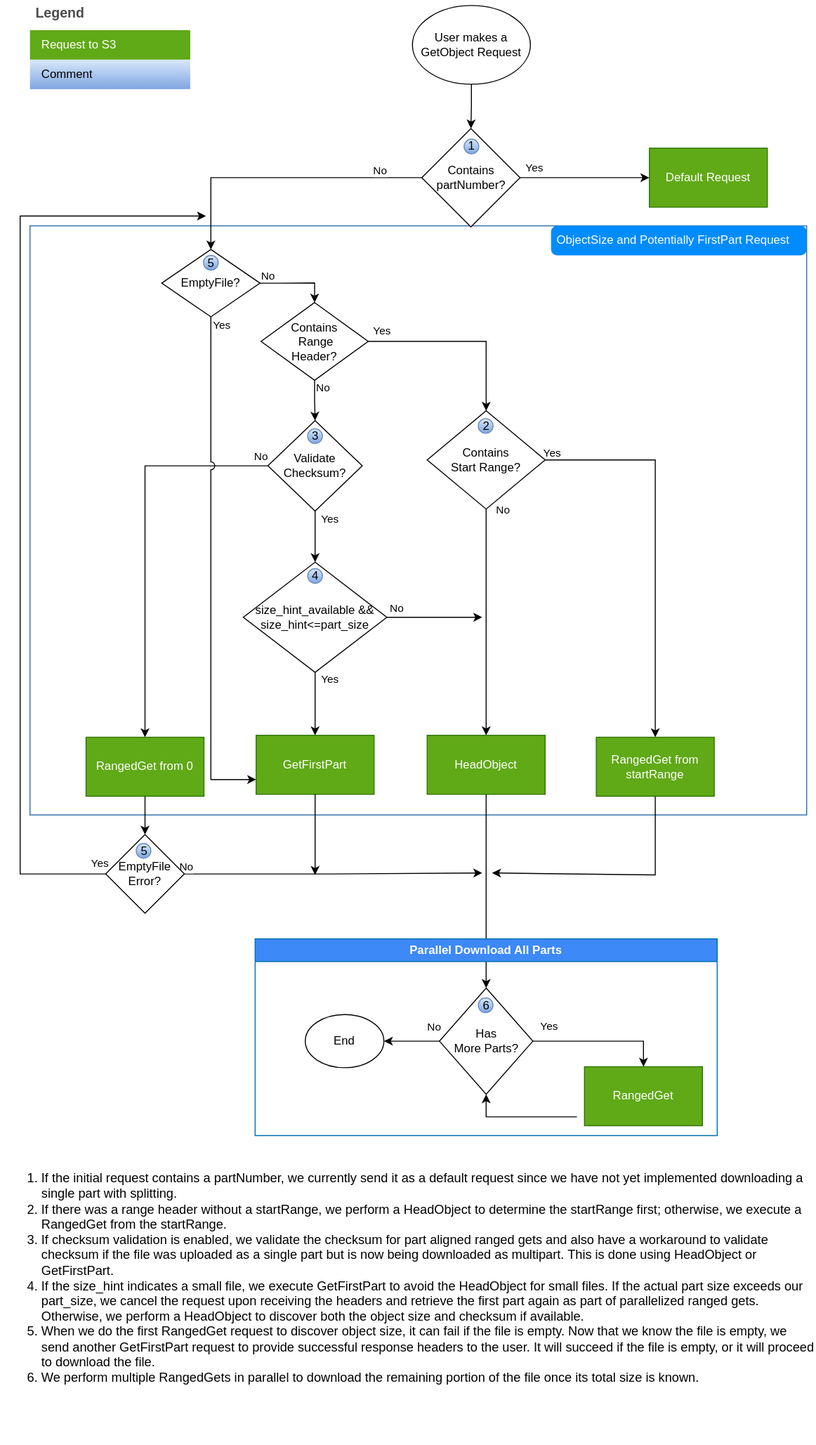
awslabs/aws-c-s3 keeps this draw.io diagram as docs/images/GetObjectFlow.svg. Above is the earlier version. Source tidied: cells renumbered, new cells last; positions are measured from the earlier drawing's top-left corner, leaving out a move shared by most shapes.
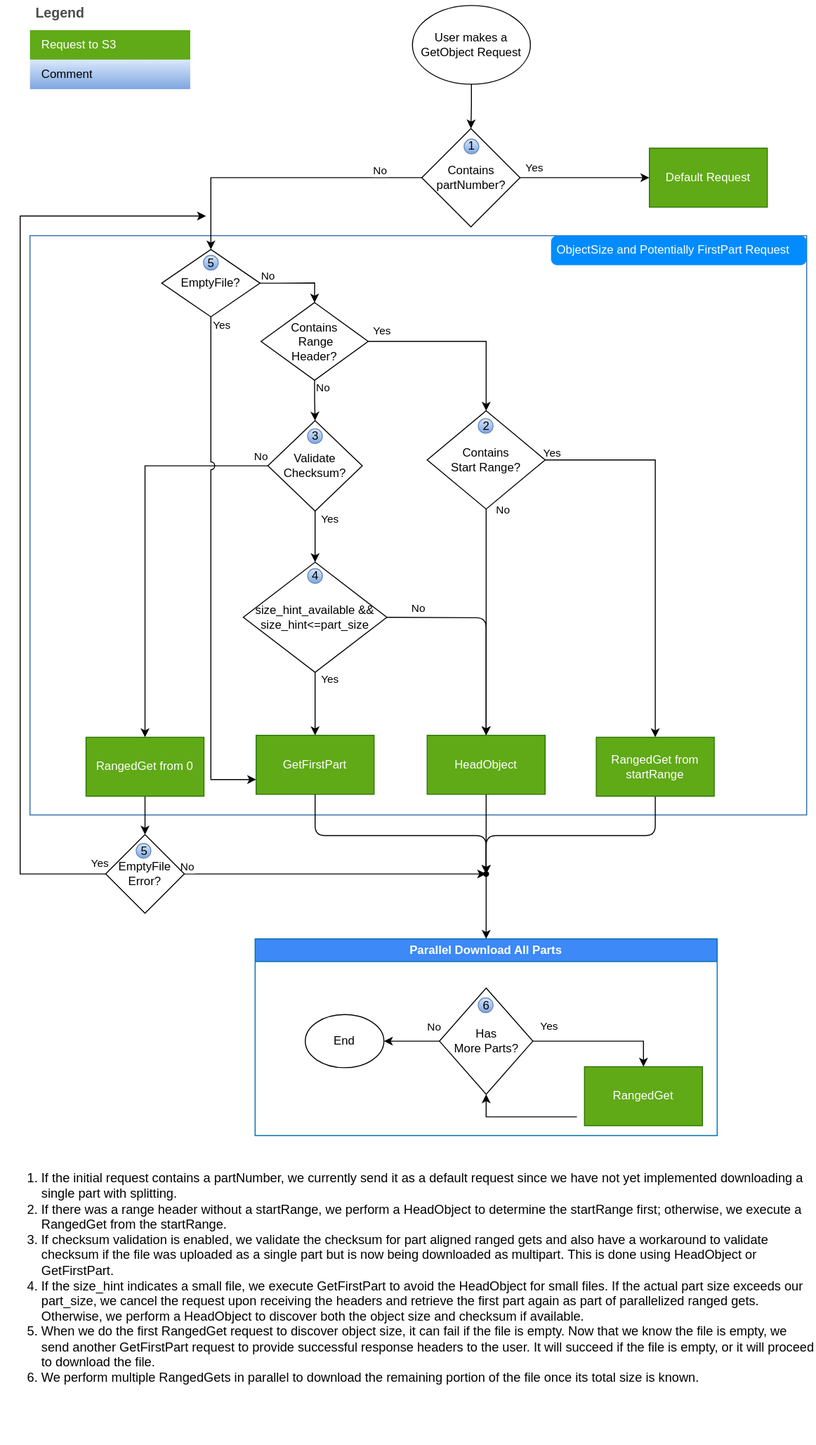
The same diagram one commit later.

What changed in the source:
```diff
@@ -3,7 +3,7 @@
     <mxCell id="0" />
     <mxCell id="1" parent="0" />
     <mxCell id="2" style="group;strokeColor=#2e6caa;" parent="1" vertex="1">
-      <mxGeometry x="30" y="229" width="790" height="599" as="geometry" />
+      <mxGeometry x="30" y="239" width="790" height="589" as="geometry" />
     </mxCell>
     <mxCell id="3" value="&lt;font style=&quot;font-size: 12px;&quot;&gt;ObjectSize and Potentially FirstPart Request&lt;/font&gt;" style="shape=rect;strokeColor=none;fillColor=#008cff;strokeWidth=1;dashed=0;rounded=1;arcSize=20;fontColor=#ffffff;fontSize=17;spacing=2;spacingTop=-2;align=left;spacingLeft=4;perimeter=none;html=1;whiteSpace=wrap;" parent="2" vertex="1">
       <mxGeometry x="530" width="260" height="30" as="geometry" />
@@ -70,9 +70,9 @@
         <mxPoint x="15" y="-9" as="offset" />
       </mxGeometry>
     </mxCell>
-    <mxCell id="20" style="edgeStyle=orthogonalEdgeStyle;rounded=0;jettySize=auto;html=1;" parent="1" edge="1" source="68">
+    <mxCell id="20" style="edgeStyle=orthogonalEdgeStyle;jettySize=auto;html=1;entryX=0.5;entryY=0;entryDx=0;entryDy=0;rounded=1;" parent="1" edge="1" target="23">
       <mxGeometry relative="1" as="geometry">
-        <mxPoint x="490" y="627" as="targetPoint" />
+        <mxPoint x="393" y="627" as="sourcePoint" />
       </mxGeometry>
     </mxCell>
     <mxCell id="21" value="No" style="edgeLabel;html=1;align=center;verticalAlign=middle;" parent="20" vertex="1">
@@ -80,19 +80,25 @@
         <mxPoint x="-9" y="-7" as="offset" />
       </mxGeometry>
     </mxCell>
-    <mxCell id="22" style="edgeStyle=orthogonalEdgeStyle;rounded=0;jettySize=auto;html=1;entryX=0.5;entryY=0;entryDx=0;entryDy=0;" parent="1" edge="1" source="23" target="30">
-      <mxGeometry relative="1" as="geometry" />
-    </mxCell>
+    <mxCell id="76" style="edgeStyle=orthogonalEdgeStyle;rounded=1;jettySize=auto;html=1;entryX=1.05;entryY=0.65;entryDx=0;entryDy=0;entryPerimeter=0;exitX=0.5;exitY=1;exitDx=0;exitDy=0;" parent="1" edge="1" source="23" target="80">
+      <mxGeometry relative="1" as="geometry" />
+    </mxCell>
     <mxCell id="23" value="HeadObject" style="rounded=0;whiteSpace=wrap;html=1;fillColor=#60a917;fontColor=#ffffff;strokeColor=#2D7600;enumerate=0;enumerateValue=4;" parent="1" vertex="1">
       <mxGeometry x="434" y="747" width="120" height="60" as="geometry" />
     </mxCell>
+    <mxCell id="77" style="edgeStyle=orthogonalEdgeStyle;rounded=1;jettySize=auto;html=1;exitX=0.5;exitY=1;exitDx=0;exitDy=0;" parent="1" edge="1" source="24" target="80">
+      <mxGeometry relative="1" as="geometry">
+        <Array as="points">
+          <mxPoint x="320" y="849" />
+          <mxPoint x="494" y="849" />
+        </Array>
+      </mxGeometry>
+    </mxCell>
     <mxCell id="24" value="GetFirstPart" style="rounded=0;whiteSpace=wrap;html=1;fillColor=#60a917;fontColor=#ffffff;strokeColor=#2D7600;enumerate=0;enumerateValue=3;" parent="1" vertex="1">
       <mxGeometry x="260" y="747" width="120" height="60" as="geometry" />
     </mxCell>
-    <mxCell id="25" style="edgeStyle=orthogonalEdgeStyle;rounded=0;jettySize=auto;html=1;exitX=1;exitY=0.5;exitDx=0;exitDy=0;" parent="1" edge="1" source="43">
-      <mxGeometry relative="1" as="geometry">
-        <mxPoint x="490" y="887" as="targetPoint" />
-      </mxGeometry>
+    <mxCell id="25" style="edgeStyle=orthogonalEdgeStyle;rounded=1;jettySize=auto;html=1;exitX=1;exitY=0.5;exitDx=0;exitDy=0;entryX=0.35;entryY=0.7;entryDx=0;entryDy=0;entryPerimeter=0;" parent="1" edge="1" source="43" target="80">
+      <mxGeometry relative="1" as="geometry" />
     </mxCell>
     <mxCell id="26" value="No" style="edgeLabel;html=1;align=center;verticalAlign=middle;" parent="25" vertex="1">
       <mxGeometry x="-0.49" y="-3" relative="1" as="geometry">
@@ -136,14 +142,6 @@
     <mxCell id="37" value="&lt;ol style=&quot;font-size: 13px;&quot;&gt;&lt;li style=&quot;&quot;&gt;&lt;font style=&quot;font-size: 13px;&quot;&gt;If the initial request contains a partNumber, we currently send it as a default request since we have not yet implemented downloading a single part with splitting.&lt;/font&gt;&lt;/li&gt;&lt;li style=&quot;&quot;&gt;&lt;font style=&quot;font-size: 13px;&quot;&gt;If there was a range header without a startRange, we perform a&amp;nbsp;HeadObject&amp;nbsp;to determine the startRange first; otherwise, we execute a RangedGet from the startRange.&lt;/font&gt;&lt;/li&gt;&lt;li style=&quot;&quot;&gt;&lt;font style=&quot;font-size: 13px;&quot;&gt;If checksum validation is enabled, we validate the checksum for part aligned ranged gets and also have a workaround to validate checksum if the file was uploaded as a single part but is now being downloaded as multipart. This is done using&amp;nbsp;HeadObject&amp;nbsp;or GetFirstPart.&lt;br&gt;&lt;/font&gt;&lt;/li&gt;&lt;li style=&quot;&quot;&gt;&lt;font style=&quot;font-size: 13px;&quot;&gt;If the size_hint indicates a small file, we execute GetFirstPart to avoid the&amp;nbsp;HeadObject&amp;nbsp;for small files. If the actual part size exceeds our part_size, we cancel the request upon receiving the headers and retrieve the first part again as part of parallelized ranged gets. Otherwise, we perform a&amp;nbsp;HeadObject&amp;nbsp;to discover both the object size and checksum if available.&lt;/font&gt;&lt;/li&gt;&lt;li style=&quot;&quot;&gt;&lt;font style=&quot;font-size: 13px;&quot;&gt;When we do the first RangedGet request to discover object size, it can fail if the file is empty. Now that we know the file is empty, we send another GetFirstPart request to provide successful response headers to the user. It will succeed if the file is empty, or it will proceed to download the file.&lt;br&gt;&lt;/font&gt;&lt;/li&gt;&lt;li style=&quot;&quot;&gt;&lt;font style=&quot;font-size: 13px;&quot;&gt;We perform multiple RangedGets in parallel to download the remaining portion of the file once its total size is known.&lt;br&gt;&lt;/font&gt;&lt;/li&gt;&lt;/ol&gt;" style="text;strokeColor=none;fillColor=none;html=1;whiteSpace=wrap;verticalAlign=middle;overflow=hidden;align=left;labelPosition=center;verticalLabelPosition=middle;" parent="1" vertex="1">
       <mxGeometry y="1129" width="830" height="340" as="geometry" />
     </mxCell>
-    <mxCell id="38" style="endArrow=classic;html=1;rounded=0;exitX=0.5;exitY=1;exitDx=0;exitDy=0;" parent="1" edge="1" source="67">
-      <mxGeometry relative="1" as="geometry">
-        <mxPoint x="500" y="887" as="targetPoint" />
-        <Array as="points">
-          <mxPoint x="666" y="889" />
-        </Array>
-      </mxGeometry>
-    </mxCell>
     <mxCell id="39" style="group;rotation=90;" parent="1" vertex="1">
       <mxGeometry x="428.5" y="130" width="100" height="100" as="geometry" />
     </mxCell>
@@ -246,6 +244,14 @@
     <mxCell id="66" value="5" style="shape=ellipse;fillColor=#dae8fc;strokeColor=#6c8ebf;html=1;sketch=0;gradientColor=#7ea6e0;" parent="1" vertex="1">
       <mxGeometry x="206.5" y="259" width="15" height="15" as="geometry" />
     </mxCell>
+    <mxCell id="78" style="edgeStyle=orthogonalEdgeStyle;rounded=1;jettySize=auto;html=1;entryX=0.8;entryY=0.65;entryDx=0;entryDy=0;entryPerimeter=0;exitX=0.5;exitY=1;exitDx=0;exitDy=0;" parent="1" edge="1" source="67" target="80">
+      <mxGeometry relative="1" as="geometry">
+        <Array as="points">
+          <mxPoint x="666" y="849" />
+          <mxPoint x="494" y="849" />
+        </Array>
+      </mxGeometry>
+    </mxCell>
     <mxCell id="67" value="RangedGet from startRange" style="rounded=0;whiteSpace=wrap;html=1;fillColor=#60a917;fontColor=#ffffff;strokeColor=#2D7600;enumerate=0;enumerateValue=5;" parent="1" vertex="1">
       <mxGeometry x="606" y="749" width="120" height="60" as="geometry" />
     </mxCell>
@@ -270,10 +276,11 @@
     <mxCell id="74" value="2" style="shape=ellipse;fillColor=#dae8fc;strokeColor=#6c8ebf;html=1;sketch=0;gradientColor=#7ea6e0;" parent="1" vertex="1">
       <mxGeometry x="486" y="425" width="15" height="15" as="geometry" />
     </mxCell>
-    <mxCell id="75" style="rounded=0;jettySize=auto;html=1;jumpStyle=arc;" parent="1" edge="1" source="24">
-      <mxGeometry relative="1" as="geometry">
-        <mxPoint x="320" y="889" as="targetPoint" />
-      </mxGeometry>
-    </mxCell>
+    <mxCell id="79" style="edgeStyle=orthogonalEdgeStyle;rounded=0;jettySize=auto;html=1;entryX=0.5;entryY=0;entryDx=0;entryDy=0;" parent="1" edge="1" source="80" target="28">
+      <mxGeometry relative="1" as="geometry" />
+    </mxCell>
+    <mxCell id="80" style="shape=waypoint;sketch=0;size=6;points=[];fillColor=none;perimeter=centerPerimeter;snapToPoint=1;" parent="1" vertex="1">
+      <mxGeometry x="484" y="878" width="20" height="20" as="geometry" />
+    </mxCell>
   </root>
 </mxGraphModel>
```
